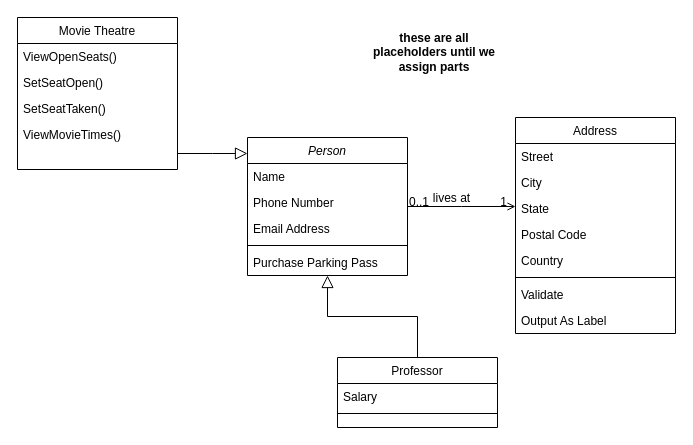
wmason-sdsu/CS-250-Group keeps this draw.io diagram as MovieTickets.drawio. Above is the earlier version. Source tidied: cells renumbered, new cells numbered last; positions are measured from the earlier drawing's top-left corner, leaving out a move shared by most shapes. Both pictures are drawn from the tidied source at 100%, with x=0, y=0 at pixel (17, 17).
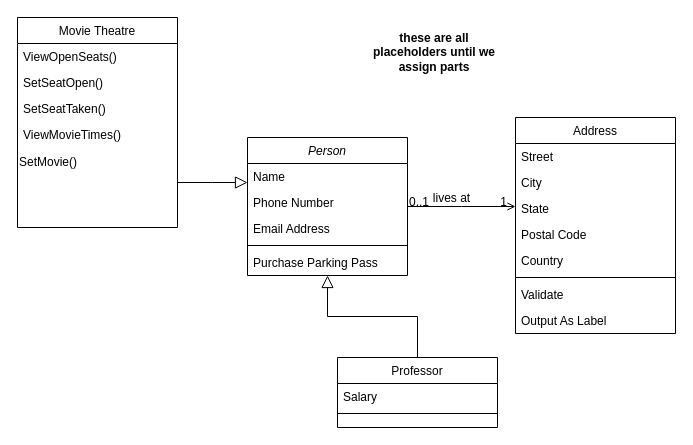
The same page after the edit.

What changed in the source:
```diff
@@
     <mxCell id="8" value="Movie Theatre" style="swimlane;fontStyle=0;align=center;verticalAlign=top;horizontal=1;startSize=26;rounded=0;shadow=0;strokeWidth=1;" parent="1" vertex="1">
-      <mxGeometry width="160" height="152" as="geometry" />
+      <mxGeometry width="160" height="210" as="geometry" />
     </mxCell>
@@
+    <mxCell id="32" value="SetMovie()" style="text;html=1;align=left;verticalAlign=middle;strokeColor=none;fillColor=none;" parent="8" vertex="1">
+      <mxGeometry y="130" width="160" height="30" as="geometry" />
+    </mxCell>
```
